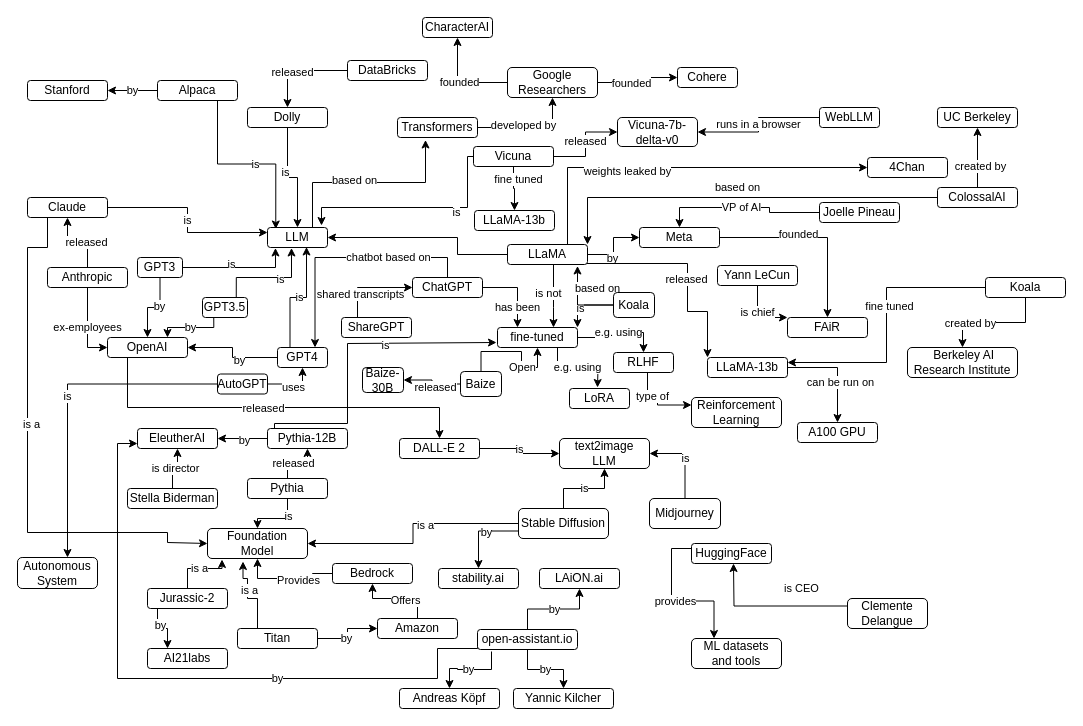
Before: generativeAI.drawio in juananpe/generativeAI, a draw.io diagram. Source tidied: cells renumbered, new cells numbered last; positions are measured from the earlier drawing's top-left corner, leaving out a move shared by most shapes. Both pictures are drawn from the tidied source at 100%, with x=0, y=0 at pixel (17, 17).
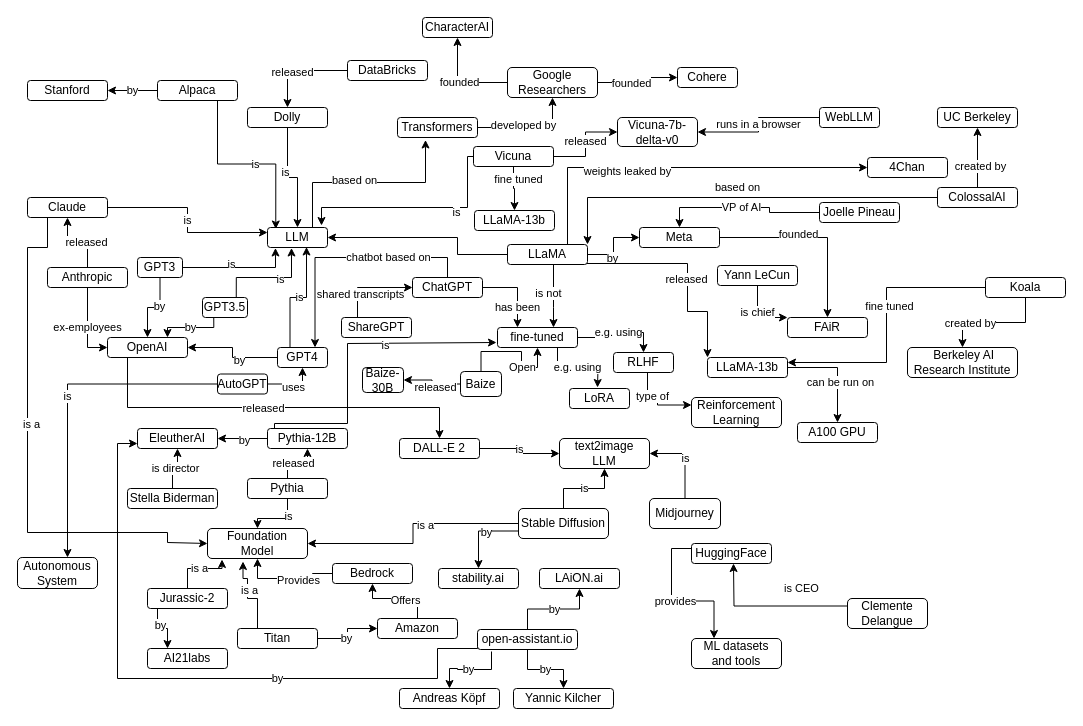
The same diagram, later.

Commit message:
Remove duplicated Koala

Unchanged cells that the change refers to:
```xml
<mxCell id="50" value="LLaMA" style="rounded=1;whiteSpace=wrap;html=1;" parent="1" vertex="1">
  <mxGeometry x="490" y="227" width="80" height="20" as="geometry" />
</mxCell>
<mxCell id="63" value="fine-tuned" style="rounded=1;whiteSpace=wrap;html=1;" parent="1" vertex="1">
  <mxGeometry x="480" y="310" width="80" height="20" as="geometry" />
</mxCell>
```

Change to the diagram source:
```diff
@@
-    <mxCell id="171" style="edgeStyle=orthogonalEdgeStyle;rounded=0;jettySize=auto;html=1;entryX=1;entryY=0;entryDx=0;entryDy=0;" parent="1" edge="1" source="174" target="63">
-      <mxGeometry relative="1" as="geometry" />
-    </mxCell>
-    <mxCell id="172" value="is" style="edgeLabel;html=1;align=center;verticalAlign=middle;" parent="171" vertex="1">
-      <mxGeometry x="0.32" y="2" relative="1" as="geometry" />
-    </mxCell>
-    <mxCell id="173" value="based on" style="edgeStyle=orthogonalEdgeStyle;rounded=0;jettySize=auto;html=1;entryX=0.875;entryY=1.075;entryDx=0;entryDy=0;entryPerimeter=0;" parent="1" edge="1" source="174" target="50">
-      <mxGeometry x="-0.57" y="-17" relative="1" as="geometry" />
-    </mxCell>
-    <mxCell id="174" value="Koala" style="rounded=1;whiteSpace=wrap;html=1;" parent="1" vertex="1">
-      <mxGeometry x="596" y="275" width="41" height="25" as="geometry" />
-    </mxCell>
```
